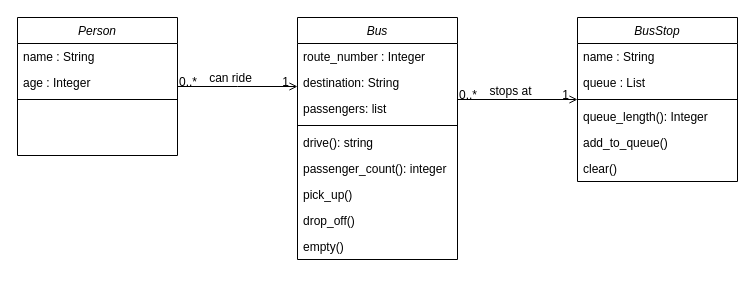
This is UMLClassDiagram.drawio from Michalju/week2_day2_homework, a draw.io file, before an edit. Source tidied: cells renumbered, new cells numbered last; positions are measured from the earlier drawing's top-left corner, leaving out a move shared by most shapes. Both pictures are drawn from the tidied source at 100%, with x=0, y=0 at pixel (17, 17).
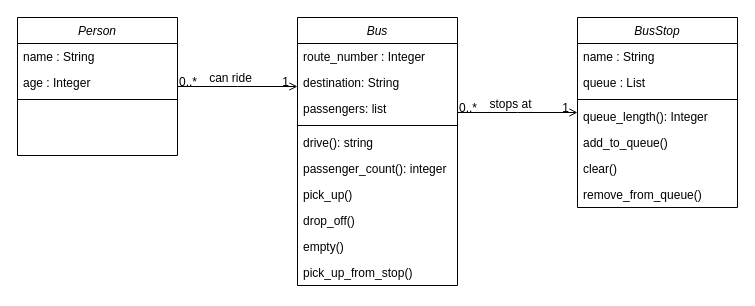
Above is the later version.

Commit message (it also covers changes not shown here):
Updated class diagram and class Bus_stop to add method remove_from_queue() and class Bus to add method pick_up_from_stop().

The edit, as a diff of the source:
```diff
@@
     <mxCell id="2" value="Bus" style="swimlane;fontStyle=2;align=center;verticalAlign=top;horizontal=1;startSize=26;rounded=0;shadow=0;strokeWidth=1;" parent="1" vertex="1">
-      <mxGeometry x="280" width="160" height="242" as="geometry" />
+      <mxGeometry x="280" width="160" height="268" as="geometry" />
     </mxCell>
@@
+    <mxCell id="31" value="pick_up_from_stop()" style="text;align=left;verticalAlign=top;spacingLeft=4;spacingRight=4;overflow=hidden;" parent="2" vertex="1">
+      <mxGeometry y="242" width="160" height="26" as="geometry" />
+    </mxCell>
@@
     <mxCell id="20" value="BusStop" style="swimlane;fontStyle=2;align=center;verticalAlign=top;horizontal=1;startSize=26;rounded=0;shadow=0;strokeWidth=1;" parent="1" vertex="1">
-      <mxGeometry x="560" width="160" height="164" as="geometry" />
+      <mxGeometry x="560" width="160" height="190" as="geometry" />
     </mxCell>
@@
+    <mxCell id="32" value="remove_from_queue()" style="text;align=left;verticalAlign=top;spacingLeft=4;spacingRight=4;overflow=hidden;" parent="20" vertex="1">
+      <mxGeometry y="164" width="160" height="26" as="geometry" />
+    </mxCell>
```
